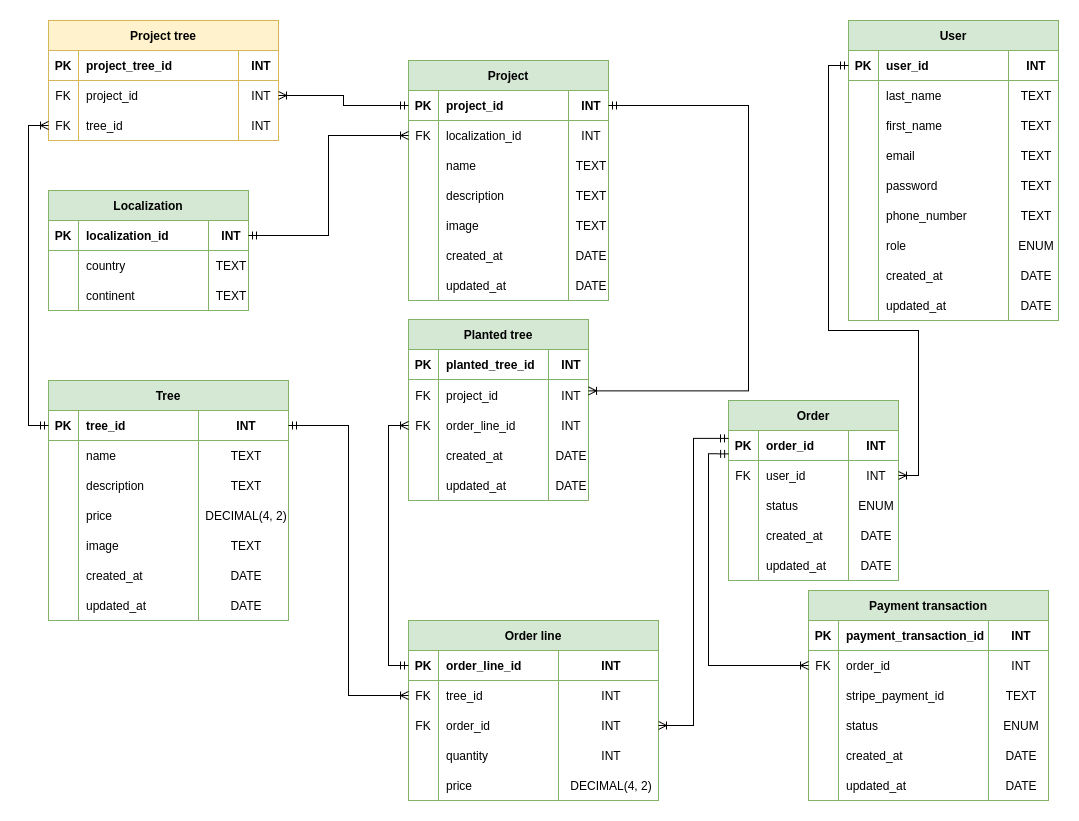
Before: conception/data_models/documents/ERD.png, a diagram exported from draw.io (ChloeGarciaMillerand/GreenRoots_Freyja). Source tidied: cells renumbered, new cells last; positions are measured from the earlier drawing's top-left corner, leaving out a move shared by most shapes.
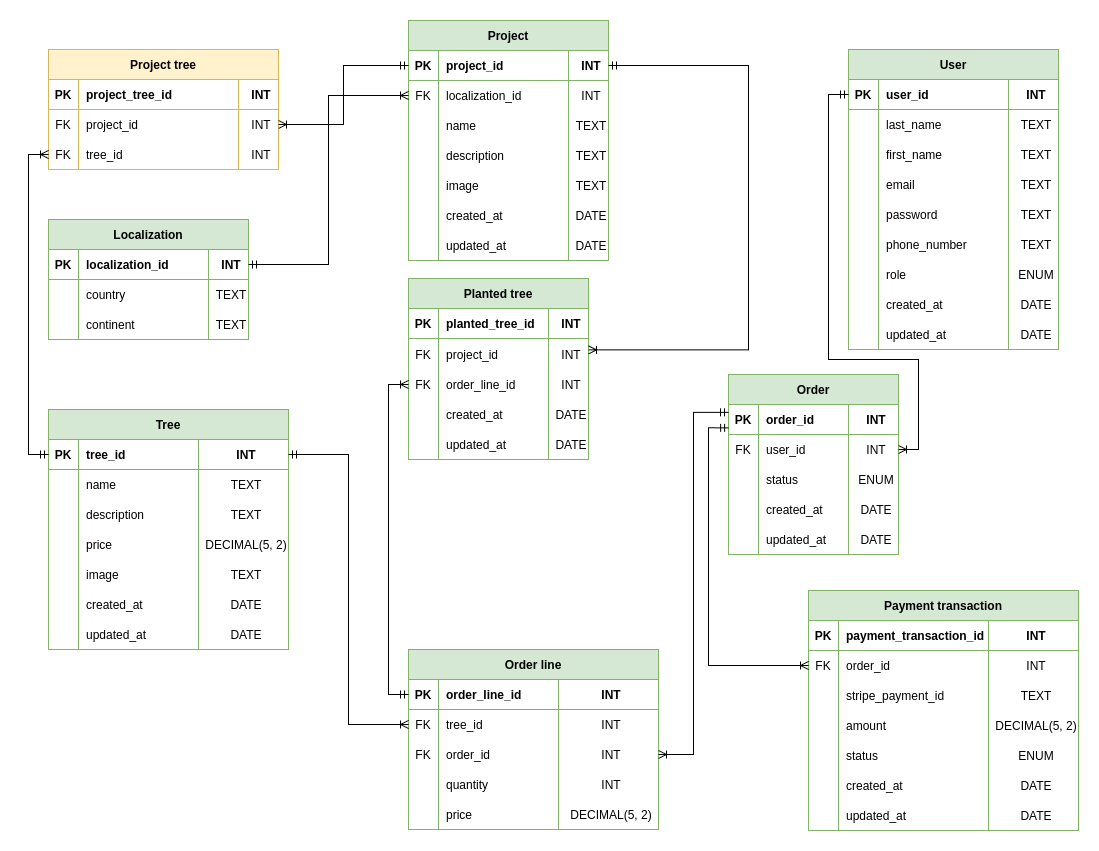
The same file after the commit.

Commit message:
docs: add amout to Payment transaction

What changed in the source:
```diff
@@ -3,7 +3,7 @@
     <mxCell id="0" />
     <mxCell id="1" parent="0" />
     <mxCell id="2" value="Project" style="shape=table;startSize=30;rowLines=0;fontStyle=1;align=center;fillColor=#d5e8d4;strokeColor=#82b366;" parent="1" vertex="1">
-      <mxGeometry x="360" y="40" width="200" height="240" as="geometry" />
+      <mxGeometry x="360" y="-29" width="200" height="240" as="geometry" />
     </mxCell>
     <mxCell id="3" style="shape=partialRectangle;fillColor=none;points=[[0,0.5],[1,0.5]];portConstraint=eastwest;top=0;left=0;right=0;bottom=1;strokeColor=#82B366;" parent="2" vertex="1">
       <mxGeometry y="30" width="200" height="30" as="geometry" />
@@ -90,7 +90,7 @@
       <mxGeometry x="160" width="40" height="30" as="geometry" />
     </mxCell>
     <mxCell id="31" value="Planted tree" style="shape=table;startSize=30;rowLines=0;fontStyle=1;align=center;fillColor=#d5e8d4;strokeColor=#82b366;" parent="1" vertex="1">
-      <mxGeometry x="360" y="299" width="180" height="181" as="geometry" />
+      <mxGeometry x="360" y="229" width="180" height="181" as="geometry" />
     </mxCell>
     <mxCell id="32" style="shape=partialRectangle;fillColor=none;top=0;left=0;right=0;bottom=1;strokeColor=#82B366;" parent="31" vertex="1">
       <mxGeometry y="30" width="180" height="30" as="geometry" />
@@ -200,7 +200,7 @@
     <mxCell id="67" value="price" style="shape=partialRectangle;overflow=hidden;fillColor=none;top=0;left=0;bottom=0;right=0;align=left;spacingLeft=6;" parent="65" vertex="1">
       <mxGeometry x="30" width="120" height="30" as="geometry" />
     </mxCell>
-    <mxCell id="68" value="DECIMAL(4, 2)" style="shape=partialRectangle;overflow=hidden;fillColor=none;top=0;left=0;bottom=0;right=0;align=center;spacingLeft=6;" parent="65" vertex="1">
+    <mxCell id="68" value="DECIMAL(5, 2)" style="shape=partialRectangle;overflow=hidden;fillColor=none;top=0;left=0;bottom=0;right=0;align=center;spacingLeft=6;" parent="65" vertex="1">
       <mxGeometry x="150" width="90" height="30" as="geometry" />
     </mxCell>
     <mxCell id="69" style="shape=partialRectangle;fillColor=none;top=0;left=0;right=0;bottom=0;" parent="52" vertex="1">
@@ -299,11 +299,11 @@
     <mxCell id="100" value="price" style="shape=partialRectangle;overflow=hidden;fillColor=none;top=0;left=0;bottom=0;right=0;align=left;spacingLeft=6;" parent="98" vertex="1">
       <mxGeometry x="30" width="120" height="30" as="geometry" />
     </mxCell>
-    <mxCell id="101" value="DECIMAL(4, 2)" style="shape=partialRectangle;overflow=hidden;fillColor=none;top=0;left=0;bottom=0;right=0;align=center;spacingLeft=6;" parent="98" vertex="1">
+    <mxCell id="101" value="DECIMAL(5, 2)" style="shape=partialRectangle;overflow=hidden;fillColor=none;top=0;left=0;bottom=0;right=0;align=center;spacingLeft=6;" parent="98" vertex="1">
       <mxGeometry x="150" width="100" height="30" as="geometry" />
     </mxCell>
     <mxCell id="102" value="Order" style="shape=table;startSize=30;rowLines=0;fontStyle=1;align=center;fillColor=#d5e8d4;strokeColor=#82b366;" parent="1" vertex="1">
-      <mxGeometry x="680" y="380" width="170" height="180" as="geometry" />
+      <mxGeometry x="680" y="325" width="170" height="180" as="geometry" />
     </mxCell>
     <mxCell id="103" style="shape=partialRectangle;fillColor=none;points=[[0,0.5],[1,0.5]];portConstraint=eastwest;top=0;left=0;right=0;bottom=1;strokeColor=#82B366;" parent="102" vertex="1">
       <mxGeometry y="30" width="170" height="30" as="geometry" />
@@ -563,8 +563,8 @@
     <mxCell id="188" style="edgeStyle=orthogonalEdgeStyle;rounded=0;jettySize=auto;html=1;exitX=1;exitY=0.5;exitDx=0;exitDy=0;endArrow=ERoneToMany;endFill=0;startArrow=ERmandOne;startFill=0;entryX=1;entryY=0.367;entryDx=0;entryDy=0;entryPerimeter=0;" parent="1" edge="1" source="3" target="36">
       <mxGeometry relative="1" as="geometry">
         <Array as="points">
-          <mxPoint x="700" y="85" />
-          <mxPoint x="700" y="370" />
+          <mxPoint x="700" y="16" />
+          <mxPoint x="700" y="300" />
         </Array>
       </mxGeometry>
     </mxCell>
@@ -586,15 +586,15 @@
           <mxPoint x="780" y="45" />
           <mxPoint x="780" y="310" />
           <mxPoint x="870" y="310" />
-          <mxPoint x="870" y="455" />
+          <mxPoint x="870" y="400" />
         </Array>
       </mxGeometry>
     </mxCell>
     <mxCell id="194" value="Payment transaction" style="shape=table;startSize=30;rowLines=0;fontStyle=1;align=center;fillColor=#d5e8d4;strokeColor=#82b366;" parent="1" vertex="1">
-      <mxGeometry x="760" y="570" width="240" height="210" as="geometry" />
+      <mxGeometry x="760" y="541" width="270" height="240" as="geometry" />
     </mxCell>
     <mxCell id="195" style="shape=partialRectangle;fillColor=none;top=0;left=0;right=0;bottom=1;strokeColor=#82B366;" parent="194" vertex="1">
-      <mxGeometry y="30" width="240" height="30" as="geometry" />
+      <mxGeometry y="30" width="270" height="30" as="geometry" />
     </mxCell>
     <mxCell id="196" value="PK" style="shape=partialRectangle;overflow=hidden;fillColor=none;top=0;left=0;bottom=0;right=0;fontStyle=1;" parent="195" vertex="1">
       <mxGeometry width="30" height="30" as="geometry" />
@@ -603,10 +603,10 @@
       <mxGeometry x="30" width="150" height="30" as="geometry" />
     </mxCell>
     <mxCell id="198" value="INT" style="shape=partialRectangle;overflow=hidden;fillColor=none;top=0;left=0;bottom=0;right=0;align=center;spacingLeft=6;fontStyle=1;" parent="195" vertex="1">
-      <mxGeometry x="180" width="60" height="30" as="geometry" />
+      <mxGeometry x="180" width="90" height="30" as="geometry" />
     </mxCell>
     <mxCell id="199" style="shape=partialRectangle;fillColor=none;points=[[0,0.5],[1,0.5]];portConstraint=eastwest;top=0;left=0;right=0;bottom=0;" parent="194" vertex="1">
-      <mxGeometry y="60" width="240" height="30" as="geometry" />
+      <mxGeometry y="60" width="270" height="30" as="geometry" />
     </mxCell>
     <mxCell id="200" value="FK" style="shape=partialRectangle;overflow=hidden;fillColor=none;top=0;left=0;bottom=0;right=0;" parent="199" vertex="1">
       <mxGeometry width="30" height="30" as="geometry" />
@@ -615,10 +615,10 @@
       <mxGeometry x="30" width="150" height="30" as="geometry" />
     </mxCell>
     <mxCell id="202" value="INT" style="shape=partialRectangle;overflow=hidden;fillColor=none;top=0;left=0;bottom=0;right=0;align=center;spacingLeft=6;" parent="199" vertex="1">
-      <mxGeometry x="180" width="60" height="30" as="geometry" />
+      <mxGeometry x="180" width="90" height="30" as="geometry" />
     </mxCell>
     <mxCell id="203" style="shape=partialRectangle;fillColor=none;top=0;left=0;right=0;bottom=0;" parent="194" vertex="1">
-      <mxGeometry y="90" width="240" height="30" as="geometry" />
+      <mxGeometry y="90" width="270" height="30" as="geometry" />
     </mxCell>
     <mxCell id="204" style="shape=partialRectangle;overflow=hidden;fillColor=none;top=0;left=0;bottom=0;right=0;" parent="203" vertex="1">
       <mxGeometry width="30" height="30" as="geometry" />
@@ -627,10 +627,22 @@
       <mxGeometry x="30" width="150" height="30" as="geometry" />
     </mxCell>
     <mxCell id="206" value="TEXT" style="shape=partialRectangle;overflow=hidden;fillColor=none;top=0;left=0;bottom=0;right=0;align=center;spacingLeft=6;" parent="203" vertex="1">
-      <mxGeometry x="180" width="60" height="30" as="geometry" />
+      <mxGeometry x="180" width="90" height="30" as="geometry" />
     </mxCell>
+    <mxCell id="220" style="shape=partialRectangle;fillColor=none;top=0;left=0;right=0;bottom=0;" parent="194" vertex="1">
+      <mxGeometry y="120" width="270" height="30" as="geometry" />
+    </mxCell>
+    <mxCell id="221" style="shape=partialRectangle;overflow=hidden;fillColor=none;top=0;left=0;bottom=0;right=0;" parent="220" vertex="1">
+      <mxGeometry width="30" height="30" as="geometry" />
+    </mxCell>
+    <mxCell id="222" value="amount" style="shape=partialRectangle;overflow=hidden;fillColor=none;top=0;left=0;bottom=0;right=0;align=left;spacingLeft=6;" parent="220" vertex="1">
+      <mxGeometry x="30" width="150" height="30" as="geometry" />
+    </mxCell>
+    <mxCell id="223" value="DECIMAL(5, 2)" style="shape=partialRectangle;overflow=hidden;fillColor=none;top=0;left=0;bottom=0;right=0;align=center;spacingLeft=6;" parent="220" vertex="1">
+      <mxGeometry x="180" width="90" height="30" as="geometry" />
+    </mxCell>
     <mxCell id="207" style="shape=partialRectangle;fillColor=none;top=0;left=0;right=0;bottom=0;" parent="194" vertex="1">
-      <mxGeometry y="120" width="240" height="30" as="geometry" />
+      <mxGeometry y="150" width="270" height="30" as="geometry" />
     </mxCell>
     <mxCell id="208" style="shape=partialRectangle;overflow=hidden;fillColor=none;top=0;left=0;bottom=0;right=0;" parent="207" vertex="1">
       <mxGeometry width="30" height="30" as="geometry" />
@@ -639,10 +651,10 @@
       <mxGeometry x="30" width="150" height="30" as="geometry" />
     </mxCell>
     <mxCell id="210" value="ENUM" style="shape=partialRectangle;overflow=hidden;fillColor=none;top=0;left=0;bottom=0;right=0;align=center;spacingLeft=6;" parent="207" vertex="1">
-      <mxGeometry x="180" width="60" height="30" as="geometry" />
+      <mxGeometry x="180" width="90" height="30" as="geometry" />
     </mxCell>
     <mxCell id="211" style="shape=partialRectangle;fillColor=none;top=0;left=0;right=0;bottom=0;" parent="194" vertex="1">
-      <mxGeometry y="150" width="240" height="30" as="geometry" />
+      <mxGeometry y="180" width="270" height="30" as="geometry" />
     </mxCell>
     <mxCell id="212" style="shape=partialRectangle;overflow=hidden;fillColor=none;top=0;left=0;bottom=0;right=0;" parent="211" vertex="1">
       <mxGeometry width="30" height="30" as="geometry" />
@@ -651,10 +663,10 @@
       <mxGeometry x="30" width="150" height="30" as="geometry" />
     </mxCell>
     <mxCell id="214" value="DATE" style="shape=partialRectangle;overflow=hidden;fillColor=none;top=0;left=0;bottom=0;right=0;align=center;spacingLeft=6;" parent="211" vertex="1">
-      <mxGeometry x="180" width="60" height="30" as="geometry" />
+      <mxGeometry x="180" width="90" height="30" as="geometry" />
     </mxCell>
     <mxCell id="215" style="shape=partialRectangle;fillColor=none;top=0;left=0;right=0;bottom=0;" parent="194" vertex="1">
-      <mxGeometry y="180" width="240" height="30" as="geometry" />
+      <mxGeometry y="210" width="270" height="30" as="geometry" />
     </mxCell>
     <mxCell id="216" style="shape=partialRectangle;overflow=hidden;fillColor=none;top=0;left=0;bottom=0;right=0;" parent="215" vertex="1">
       <mxGeometry width="30" height="30" as="geometry" />
@@ -663,7 +675,7 @@
       <mxGeometry x="30" width="150" height="30" as="geometry" />
     </mxCell>
     <mxCell id="218" value="DATE" style="shape=partialRectangle;overflow=hidden;fillColor=none;top=0;left=0;bottom=0;right=0;align=center;spacingLeft=6;" parent="215" vertex="1">
-      <mxGeometry x="180" width="60" height="30" as="geometry" />
+      <mxGeometry x="180" width="90" height="30" as="geometry" />
     </mxCell>
     <mxCell id="219" style="edgeStyle=orthogonalEdgeStyle;rounded=0;jettySize=auto;html=1;exitX=0.001;exitY=0.778;exitDx=0;exitDy=0;entryX=0;entryY=0.5;entryDx=0;entryDy=0;startArrow=ERmandOne;startFill=0;endArrow=ERoneToMany;endFill=0;exitPerimeter=0;" parent="1" edge="1" source="103" target="199">
       <mxGeometry relative="1" as="geometry" />
```
